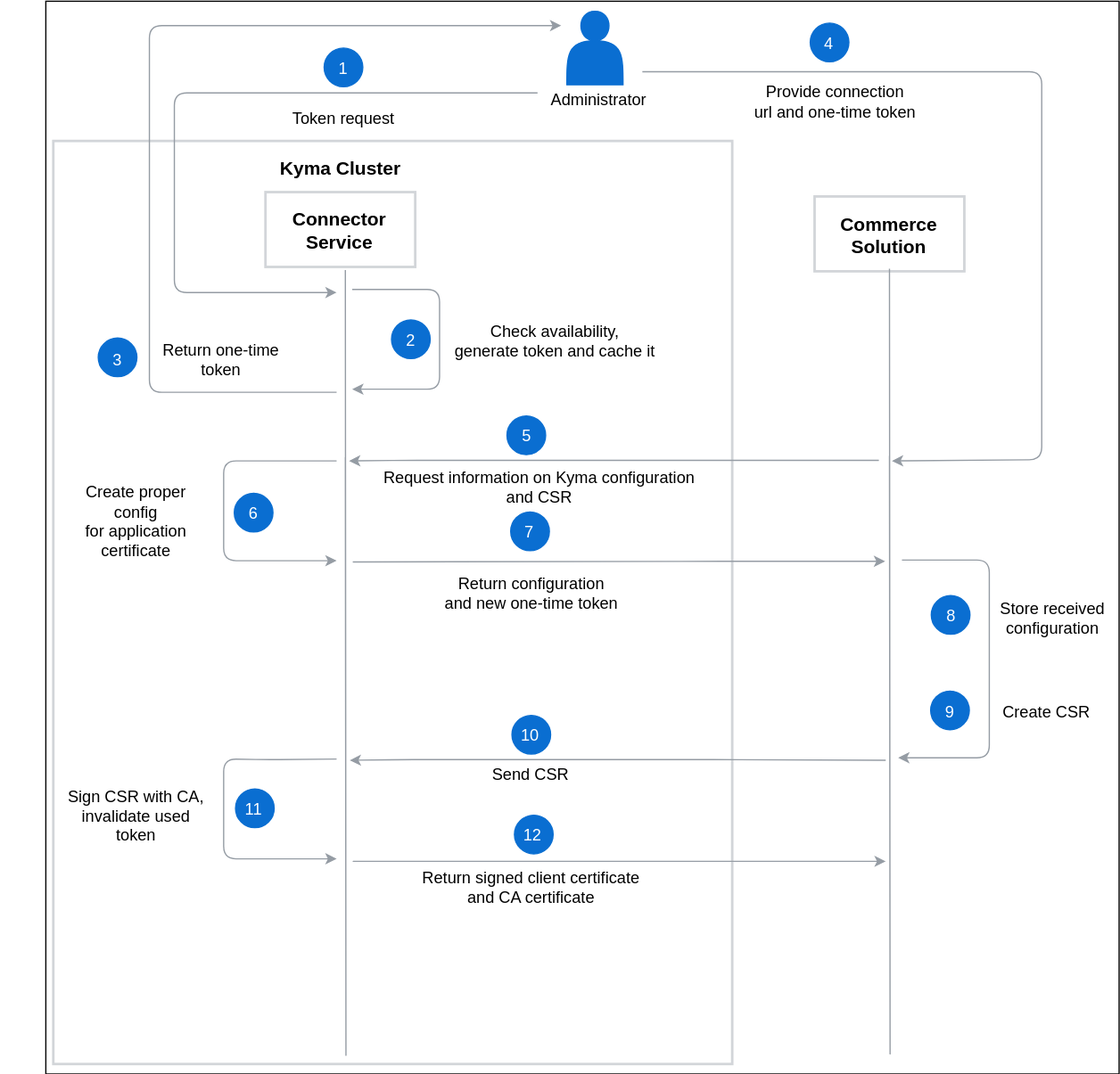
Earlier version of the draw.io export components/connector/docs/api/002-automatic-configuration-new.svg (kyma-incubator/compass). Source tidied: cells renumbered, new cells last; positions are measured from the earlier drawing's top-left corner, leaving out a move shared by most shapes.
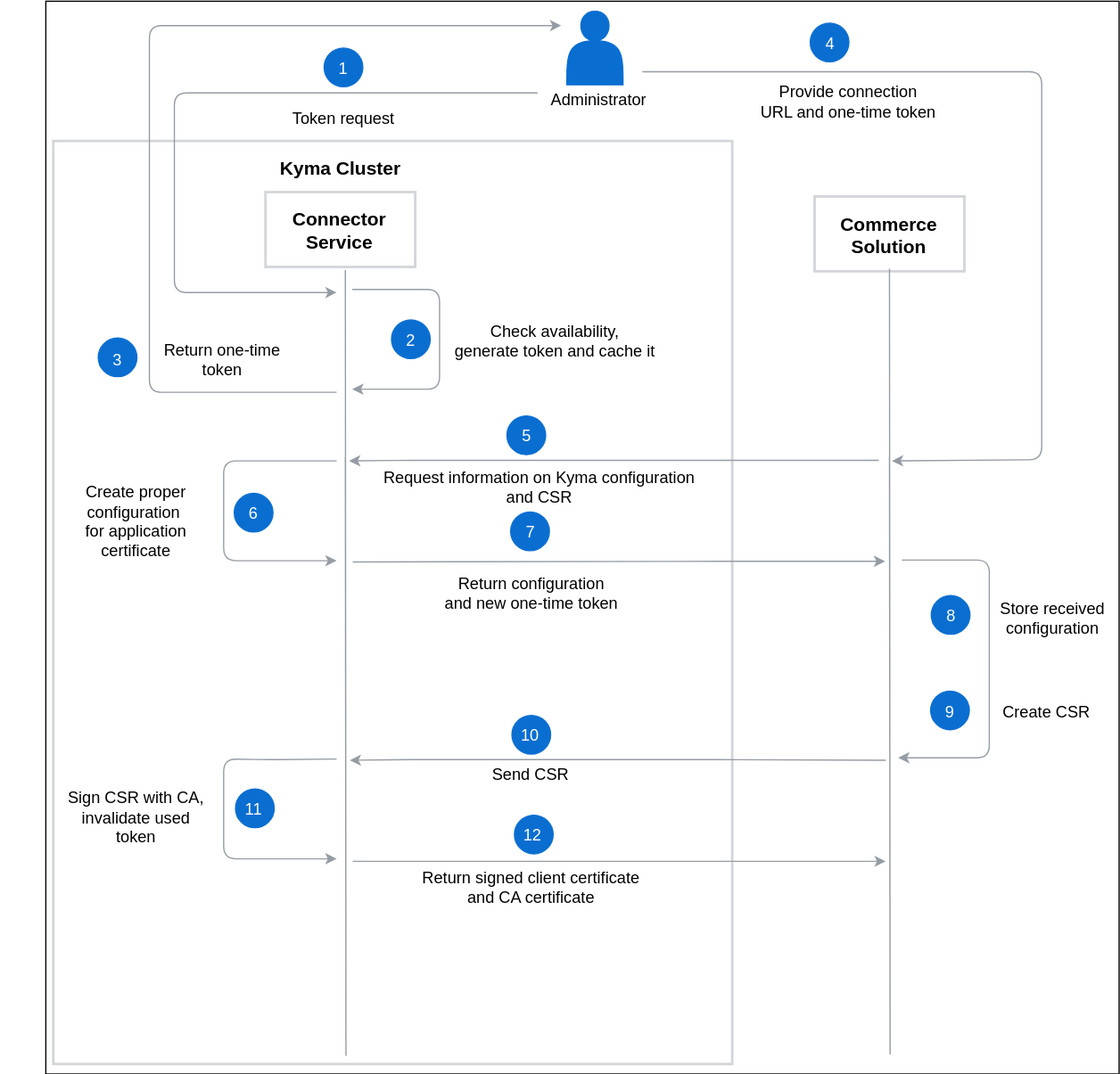
The same file after the commit.

The edit, as a diff of the source:
```diff
@@ -63,7 +63,7 @@
       <mxGeometry y="60" width="90" height="20" as="geometry" />
     </mxCell>
     <mxCell id="22" style="group;" parent="1" vertex="1">
-      <mxGeometry x="599" y="18" width="140" height="82" as="geometry" />
+      <mxGeometry x="599" y="18" width="160" height="82" as="geometry" />
     </mxCell>
     <mxCell id="23" style="group;" parent="22" vertex="1">
       <mxGeometry x="49.5" width="31" height="31" as="geometry" />
@@ -74,8 +74,8 @@
     <mxCell id="25" value="4" style="text;html=1;align=center;verticalAlign=middle;fillColor=none;strokeColor=none;rounded=0;fontColor=#FFFFFF;fontSize=13;" parent="23" vertex="1">
       <mxGeometry x="5.5" y="5.5" width="20" height="20" as="geometry" />
     </mxCell>
-    <mxCell id="26" value="&lt;font color=&quot;#000000&quot;&gt;Provide connection &lt;br&gt;url and one-time token&lt;/font&gt;" style="text;html=1;align=center;verticalAlign=middle;fillColor=none;strokeColor=none;rounded=0;fontSize=13;fontColor=#FFFFFF;" parent="22" vertex="1">
-      <mxGeometry y="42" width="140" height="40" as="geometry" />
+    <mxCell id="26" value="&lt;font color=&quot;#000000&quot;&gt;Provide connection &lt;br&gt;URL and one-time token&lt;/font&gt;" style="text;html=1;align=center;verticalAlign=middle;fillColor=none;strokeColor=none;rounded=0;fontSize=13;fontColor=#FFFFFF;" parent="22" vertex="1">
+      <mxGeometry y="42" width="160" height="40" as="geometry" />
     </mxCell>
     <mxCell id="27" style="endArrow=classic;html=1;strokeColor=#959CA4;fontSize=13;fontColor=#FFFFFF;exitX=-0.05;exitY=0.275;exitDx=0;exitDy=0;exitPerimeter=0;" parent="1" edge="1" source="21">
       <mxGeometry relative="1" as="geometry">
@@ -360,7 +360,7 @@
     <mxCell id="95" value="6" style="text;html=1;align=center;verticalAlign=middle;fillColor=none;strokeColor=none;rounded=0;fontColor=#FFFFFF;fontSize=13;" parent="93" vertex="1">
       <mxGeometry x="5.5" y="5.5" width="20" height="20" as="geometry" />
     </mxCell>
-    <mxCell id="96" value="&lt;font color=&quot;#000000&quot;&gt;Create proper &lt;br&gt;config &lt;br&gt;for application &lt;br&gt;certificate&lt;br&gt;&lt;/font&gt;" style="text;html=1;align=center;verticalAlign=middle;fillColor=none;strokeColor=none;rounded=0;fontSize=13;fontColor=#FFFFFF;" parent="92" vertex="1">
+    <mxCell id="96" value="&lt;font color=&quot;#000000&quot;&gt;Create proper &lt;br&gt;configuration&amp;nbsp;&lt;br&gt;for application &lt;br&gt;certificate&lt;br&gt;&lt;/font&gt;" style="text;html=1;align=center;verticalAlign=middle;fillColor=none;strokeColor=none;rounded=0;fontSize=13;fontColor=#FFFFFF;" parent="92" vertex="1">
       <mxGeometry x="22" y="15.5" width="100" height="70" as="geometry" />
     </mxCell>
     <mxCell id="97" style="group;" parent="1" vertex="1">
```
